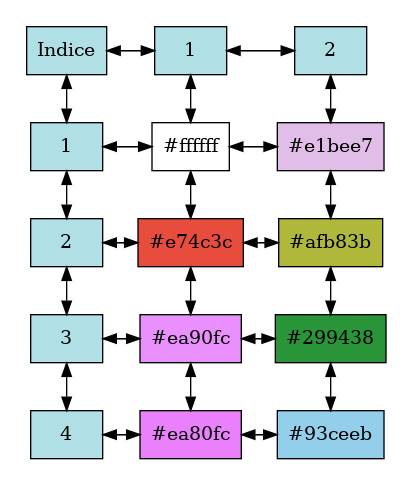
Earlier version of the Graphviz export matriz_capa_2.png (Grifiun/Proyecto_1_EDD). Its source is kept beside it as matriz_capa_2.dot.
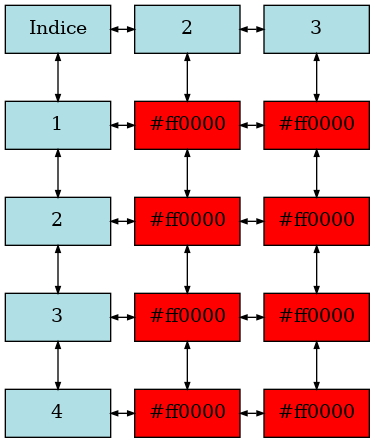
The same file after the commit.

Change to the diagram source:
```diff
@@ -1,76 +1,46 @@
 digraph grafica{
 	rankdir=TB;
+	rank=same;
 	node [shape = box, style=filled, fillcolor = powderblue];
 	concentrate=true
 subgraph cluster_0 {
-		nodo0y0 [  label = "Indice"];
-		nodo0y1 [  label = "1"];
-		nodo0y2 [  label = "2"];
-		nodo0y3 [  label = "3"];
-		nodo0y4 [  label = "4"];
-
-		color=white;
-}
-subgraph cluster_1 {
-		nodo1y0 [  label = "1"];
-		nodo1y1 [ label = "#ffffff" fillcolor="#ffffff"];
-		nodo1y2 [ label = "#e74c3c" fillcolor="#e74c3c"];
-		nodo1y3 [ label = "#ea90fc" fillcolor="#ea90fc"];
-		nodo1y4 [ label = "#ea80fc" fillcolor="#ea80fc"];
+		nodo0y0 [  label = "Indice", width = 1.1, group = 0];
+		nodo0y1 [  label = "1", width=1.1, group = 0];
+		nodo0y2 [  label = "2", width=1.1, group = 0];
+		nodo0y3 [  label = "3", width=1.1, group = 0];
+		nodo0y4 [  label = "4", width=1.1, group = 0];
 
 		color=white;
 }
 subgraph cluster_2 {
-		nodo2y0 [  label = "2"];
-		nodo2y1 [ label = "#e1bee7" fillcolor="#e1bee7"];
-		nodo2y2 [ label = "#afb83b" fillcolor="#afb83b"];
-		nodo2y3 [ label = "#299438" fillcolor="#299438"];
-		nodo2y4 [ label = "#93ceeb" fillcolor="#93ceeb"];
+		nodo2y0 [  label = "2", width=1.1, group = 2];
+		nodo2y1 [ label = "#ff0000" fillcolor="#ff0000", width = 1.1, group = 2];
+		nodo2y2 [ label = "#ff0000" fillcolor="#ff0000", width = 1.1, group = 2];
+		nodo2y3 [ label = "#ff0000" fillcolor="#ff0000", width = 1.1, group = 2];
+		nodo2y4 [ label = "#ff0000" fillcolor="#ff0000", width = 1.1, group = 2];
 
 		color=white;
 }
-		nodo0y0->nodo1y0 [constraint = false]
-		nodo0y0->nodo0y1
-		nodo0y1->nodo0y0
-		nodo0y1->nodo1y1 [constraint = false]
-		nodo0y1->nodo0y2
-		nodo0y2->nodo0y1
-		nodo0y2->nodo1y2 [constraint = false]
-		nodo0y2->nodo0y3
-		nodo0y3->nodo0y2
-		nodo0y3->nodo1y3 [constraint = false]
-		nodo0y3->nodo0y4
-		nodo0y4->nodo0y3
-		nodo0y4->nodo1y4 [constraint = false]
-		nodo1y0->nodo0y0 [constraint = false]
-		nodo1y0->nodo2y0 [constraint = false]
-		nodo1y0->nodo1y1
-		nodo1y1->nodo1y0
-		nodo1y1->nodo0y1 [constraint = false]
-		nodo1y1->nodo2y1 [constraint = false]
-		nodo1y1->nodo1y2
-		nodo1y2->nodo1y1
-		nodo1y2->nodo0y2 [constraint = false]
-		nodo1y2->nodo2y2 [constraint = false]
-		nodo1y2->nodo1y3
-		nodo1y3->nodo1y2
-		nodo1y3->nodo0y3 [constraint = false]
-		nodo1y3->nodo2y3 [constraint = false]
-		nodo1y3->nodo1y4
-		nodo1y4->nodo1y3
-		nodo1y4->nodo0y4 [constraint = false]
-		nodo1y4->nodo2y4 [constraint = false]
-		nodo2y0->nodo1y0 [constraint = false]
-		nodo2y0->nodo2y1
-		nodo2y1->nodo2y0
-		nodo2y1->nodo1y1 [constraint = false]
-		nodo2y1->nodo2y2
-		nodo2y2->nodo2y1
-		nodo2y2->nodo1y2 [constraint = false]
-		nodo2y2->nodo2y3
-		nodo2y3->nodo2y2
-		nodo2y3->nodo1y3 [constraint = false]
-		nodo2y3->nodo2y4
-		nodo2y4->nodo2y3
-		nodo2y4->nodo1y4 [constraint = false]
+subgraph cluster_3 {
+		nodo3y0 [  label = "3", width=1.1, group = 3];
+		nodo3y1 [ label = "#ff0000" fillcolor="#ff0000", width = 1.1, group = 3];
+		nodo3y2 [ label = "#ff0000" fillcolor="#ff0000", width = 1.1, group = 3];
+		nodo3y3 [ label = "#ff0000" fillcolor="#ff0000", width = 1.1, group = 3];
+		nodo3y4 [ label = "#ff0000" fillcolor="#ff0000", width = 1.1, group = 3];
+
+		color=white;
+}
+
+
+		edge [dir = both, arrowsize=.5]
+		nodo0y0 -> nodo0y1 -> nodo0y2 -> nodo0y3 -> nodo0y4;
+		nodo2y0 -> nodo2y1 -> nodo2y2 -> nodo2y3 -> nodo2y4;
+		nodo3y0 -> nodo3y1 -> nodo3y2 -> nodo3y3 -> nodo3y4;
+
+
+		rank = same {nodo0y0 -> nodo2y0 -> nodo3y0}
+		rank = same {nodo0y1 -> nodo2y1 -> nodo3y1}
+		rank = same {nodo0y2 -> nodo2y2 -> nodo3y2}
+		rank = same {nodo0y3 -> nodo2y3 -> nodo3y3}
+		rank = same {nodo0y4 -> nodo2y4 -> nodo3y4}
 	}
```
